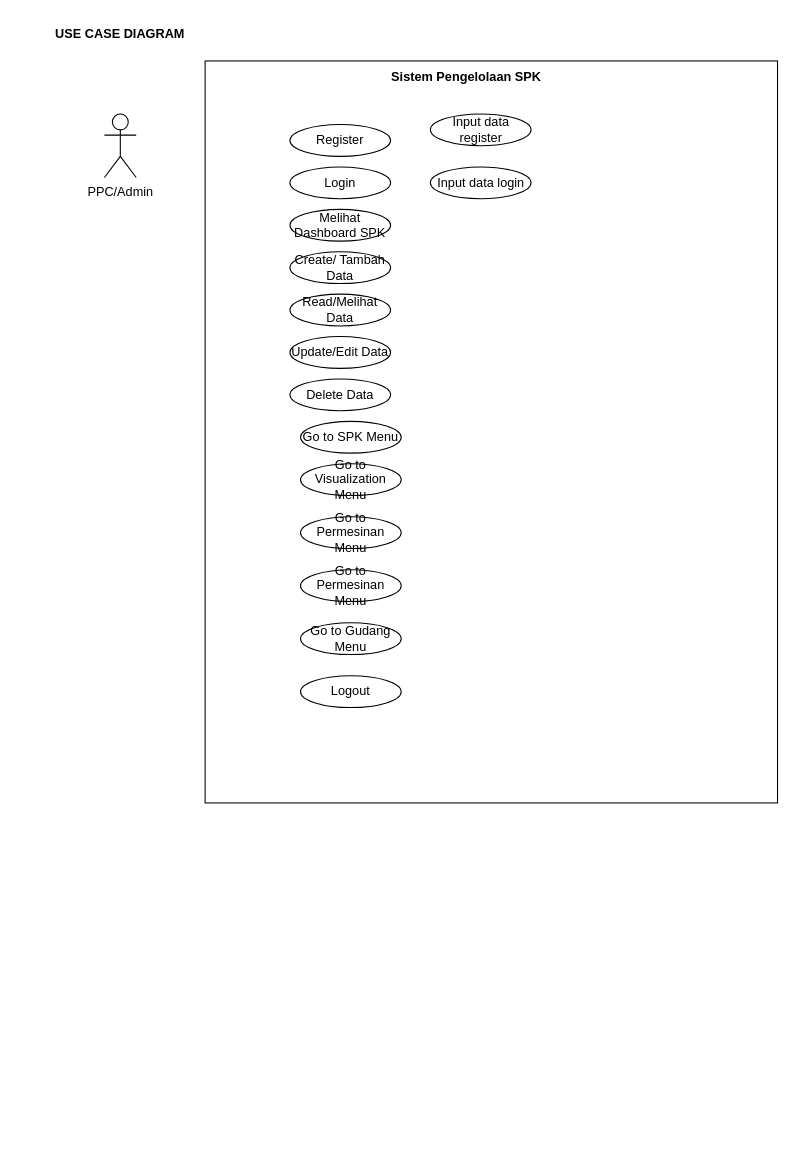
rdhst/ERD-Draw-IO keeps this draw.io diagram as Untitled Diagram.drawio. Above is the earlier version. Source tidied: cells renumbered, new cells numbered last; positions are measured from the earlier drawing's top-left corner, leaving out a move shared by most shapes. Both pictures are drawn from the tidied source at 106%, with x=0, y=0 at pixel (46, 18).
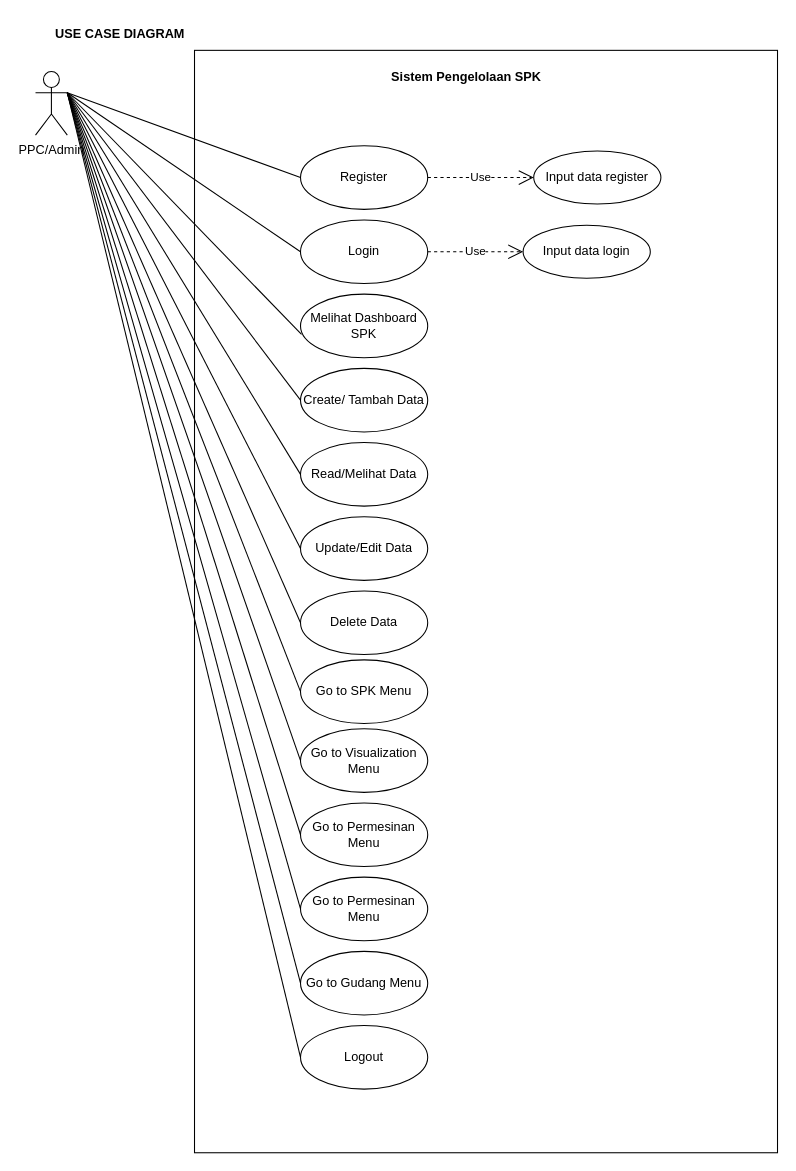
The same diagram, later.

Diff of the diagram source:
```diff
@@
     <mxCell id="2" style="rounded=0;whiteSpace=wrap;html=1;" parent="1" vertex="1">
-      <mxGeometry x="150" y="40" width="540" height="700" as="geometry" />
+      <mxGeometry x="140" y="30" width="550" height="1040" as="geometry" />
     </mxCell>
@@
     <mxCell id="4" value="PPC/Admin" style="shape=umlActor;verticalLabelPosition=bottom;verticalAlign=top;html=1;outlineConnect=0;" parent="1" vertex="1">
-      <mxGeometry x="55" y="90" width="30" height="60" as="geometry" />
+      <mxGeometry x="-10" y="50" width="30" height="60" as="geometry" />
     </mxCell>
@@
     <mxCell id="6" value="Login" style="ellipse;whiteSpace=wrap;html=1;" parent="1" vertex="1">
-      <mxGeometry x="230" y="140" width="95" height="30" as="geometry" />
+      <mxGeometry x="240" y="190" width="120" height="60" as="geometry" />
     </mxCell>
     <mxCell id="7" value="Input data login" style="ellipse;whiteSpace=wrap;html=1;" parent="1" vertex="1">
-      <mxGeometry x="362.5" y="140" width="95" height="30" as="geometry" />
+      <mxGeometry x="450" y="195" width="120" height="50" as="geometry" />
     </mxCell>
     <mxCell id="8" value="Register" style="ellipse;whiteSpace=wrap;html=1;" parent="1" vertex="1">
-      <mxGeometry x="230" y="100" width="95" height="30" as="geometry" />
+      <mxGeometry x="240" y="120" width="120" height="60" as="geometry" />
     </mxCell>
     <mxCell id="9" value="Melihat Dashboard SPK" style="ellipse;whiteSpace=wrap;html=1;" parent="1" vertex="1">
-      <mxGeometry x="230" y="180" width="95" height="30" as="geometry" />
+      <mxGeometry x="240" y="260" width="120" height="60" as="geometry" />
     </mxCell>
     <mxCell id="10" value="Create/ Tambah Data" style="ellipse;whiteSpace=wrap;html=1;" parent="1" vertex="1">
-      <mxGeometry x="230" y="220" width="95" height="30" as="geometry" />
+      <mxGeometry x="240" y="330" width="120" height="60" as="geometry" />
     </mxCell>
     <mxCell id="11" value="Logout" style="ellipse;whiteSpace=wrap;html=1;" parent="1" vertex="1">
-      <mxGeometry x="240" y="620" width="95" height="30" as="geometry" />
+      <mxGeometry x="240" y="950" width="120" height="60" as="geometry" />
     </mxCell>
     <mxCell id="12" value="Read/Melihat Data" style="ellipse;whiteSpace=wrap;html=1;" parent="1" vertex="1">
-      <mxGeometry x="230" y="260" width="95" height="30" as="geometry" />
+      <mxGeometry x="240" y="400" width="120" height="60" as="geometry" />
     </mxCell>
     <mxCell id="13" value="Update/Edit Data" style="ellipse;whiteSpace=wrap;html=1;" parent="1" vertex="1">
-      <mxGeometry x="230" y="300" width="95" height="30" as="geometry" />
+      <mxGeometry x="240" y="470" width="120" height="60" as="geometry" />
     </mxCell>
     <mxCell id="14" value="Delete Data" style="ellipse;whiteSpace=wrap;html=1;" parent="1" vertex="1">
-      <mxGeometry x="230" y="340" width="95" height="30" as="geometry" />
+      <mxGeometry x="240" y="540" width="120" height="60" as="geometry" />
     </mxCell>
-    <mxCell id="15" value="Input data register" style="ellipse;whiteSpace=wrap;html=1;" parent="1" vertex="1">
-      <mxGeometry x="362.5" y="90" width="95" height="30" as="geometry" />
-    </mxCell>
     <mxCell id="16" value="Go to SPK Menu" style="ellipse;whiteSpace=wrap;html=1;" parent="1" vertex="1">
-      <mxGeometry x="240" y="380" width="95" height="30" as="geometry" />
+      <mxGeometry x="240" y="605" width="120" height="60" as="geometry" />
     </mxCell>
     <mxCell id="17" value="Go to Visualization Menu" style="ellipse;whiteSpace=wrap;html=1;" parent="1" vertex="1">
-      <mxGeometry x="240" y="420" width="95" height="30" as="geometry" />
+      <mxGeometry x="240" y="670" width="120" height="60" as="geometry" />
     </mxCell>
     <mxCell id="18" value="Go to Permesinan Menu" style="ellipse;whiteSpace=wrap;html=1;" parent="1" vertex="1">
-      <mxGeometry x="240" y="470" width="95" height="30" as="geometry" />
+      <mxGeometry x="240" y="740" width="120" height="60" as="geometry" />
     </mxCell>
     <mxCell id="19" value="Go to Permesinan Menu" style="ellipse;whiteSpace=wrap;html=1;" parent="1" vertex="1">
-      <mxGeometry x="240" y="520" width="95" height="30" as="geometry" />
+      <mxGeometry x="240" y="810" width="120" height="60" as="geometry" />
     </mxCell>
     <mxCell id="20" value="Go to Gudang Menu" style="ellipse;whiteSpace=wrap;html=1;" parent="1" vertex="1">
-      <mxGeometry x="240" y="570" width="95" height="30" as="geometry" />
+      <mxGeometry x="240" y="880" width="120" height="60" as="geometry" />
     </mxCell>
+    <mxCell id="15" value="Input data register" style="ellipse;whiteSpace=wrap;html=1;" parent="1" vertex="1">
+      <mxGeometry x="460" y="125" width="120" height="50" as="geometry" />
+    </mxCell>
+    <mxCell id="21" style="endArrow=none;html=1;rounded=0;exitX=1;exitY=0.3333333333333333;exitDx=0;exitDy=0;exitPerimeter=0;entryX=0;entryY=0.5;entryDx=0;entryDy=0;" parent="1" edge="1" source="4" target="8">
+      <mxGeometry relative="1" as="geometry" />
+    </mxCell>
+    <mxCell id="22" style="endArrow=none;html=1;rounded=0;exitX=1;exitY=0.3333333333333333;exitDx=0;exitDy=0;exitPerimeter=0;entryX=0;entryY=0.5;entryDx=0;entryDy=0;" parent="1" edge="1" source="4" target="6">
+      <mxGeometry relative="1" as="geometry" />
+    </mxCell>
+    <mxCell id="23" style="endArrow=none;html=1;rounded=0;exitX=1;exitY=0.3333333333333333;exitDx=0;exitDy=0;exitPerimeter=0;entryX=0.008;entryY=0.633;entryDx=0;entryDy=0;entryPerimeter=0;" parent="1" edge="1" source="4" target="9">
+      <mxGeometry relative="1" as="geometry" />
+    </mxCell>
+    <mxCell id="24" style="endArrow=none;html=1;rounded=0;exitX=1;exitY=0.3333333333333333;exitDx=0;exitDy=0;exitPerimeter=0;entryX=0;entryY=0.5;entryDx=0;entryDy=0;" parent="1" edge="1" source="4" target="10">
+      <mxGeometry relative="1" as="geometry" />
+    </mxCell>
+    <mxCell id="25" style="endArrow=none;html=1;rounded=0;exitX=1;exitY=0.3333333333333333;exitDx=0;exitDy=0;exitPerimeter=0;entryX=0;entryY=0.5;entryDx=0;entryDy=0;" parent="1" edge="1" source="4" target="12">
+      <mxGeometry relative="1" as="geometry" />
+    </mxCell>
+    <mxCell id="26" style="endArrow=none;html=1;rounded=0;exitX=1;exitY=0.3333333333333333;exitDx=0;exitDy=0;exitPerimeter=0;entryX=0;entryY=0.5;entryDx=0;entryDy=0;" parent="1" edge="1" source="4" target="13">
+      <mxGeometry relative="1" as="geometry" />
+    </mxCell>
+    <mxCell id="27" style="endArrow=none;html=1;rounded=0;exitX=1;exitY=0.3333333333333333;exitDx=0;exitDy=0;exitPerimeter=0;entryX=0;entryY=0.5;entryDx=0;entryDy=0;" parent="1" edge="1" source="4" target="14">
+      <mxGeometry relative="1" as="geometry" />
+    </mxCell>
+    <mxCell id="28" style="endArrow=none;html=1;rounded=0;exitX=1;exitY=0.3333333333333333;exitDx=0;exitDy=0;exitPerimeter=0;entryX=0;entryY=0.5;entryDx=0;entryDy=0;" parent="1" edge="1" source="4" target="16">
+      <mxGeometry relative="1" as="geometry" />
+    </mxCell>
+    <mxCell id="29" style="endArrow=none;html=1;rounded=0;exitX=1;exitY=0.3333333333333333;exitDx=0;exitDy=0;exitPerimeter=0;entryX=0;entryY=0.5;entryDx=0;entryDy=0;" parent="1" edge="1" source="4" target="17">
+      <mxGeometry relative="1" as="geometry" />
+    </mxCell>
+    <mxCell id="30" style="endArrow=none;html=1;rounded=0;exitX=1;exitY=0.3333333333333333;exitDx=0;exitDy=0;exitPerimeter=0;entryX=0;entryY=0.5;entryDx=0;entryDy=0;" parent="1" edge="1" source="4" target="18">
+      <mxGeometry relative="1" as="geometry" />
+    </mxCell>
+    <mxCell id="31" style="endArrow=none;html=1;rounded=0;exitX=1;exitY=0.3333333333333333;exitDx=0;exitDy=0;exitPerimeter=0;entryX=0;entryY=0.5;entryDx=0;entryDy=0;" parent="1" edge="1" source="4" target="19">
+      <mxGeometry relative="1" as="geometry" />
+    </mxCell>
+    <mxCell id="32" style="endArrow=none;html=1;rounded=0;exitX=1;exitY=0.3333333333333333;exitDx=0;exitDy=0;exitPerimeter=0;entryX=0;entryY=0.5;entryDx=0;entryDy=0;" parent="1" edge="1" source="4" target="20">
+      <mxGeometry relative="1" as="geometry" />
+    </mxCell>
+    <mxCell id="33" style="endArrow=none;html=1;rounded=0;exitX=1;exitY=0.3333333333333333;exitDx=0;exitDy=0;exitPerimeter=0;entryX=0;entryY=0.5;entryDx=0;entryDy=0;" parent="1" edge="1" source="4" target="11">
+      <mxGeometry relative="1" as="geometry" />
+    </mxCell>
+    <mxCell id="34" value="Use" style="endArrow=open;endSize=12;dashed=1;html=1;rounded=0;exitX=1;exitY=0.5;exitDx=0;exitDy=0;entryX=0;entryY=0.5;entryDx=0;entryDy=0;" parent="1" edge="1" source="8" target="15">
+      <mxGeometry relative="1" as="geometry" />
+    </mxCell>
+    <mxCell id="35" value="Use" style="endArrow=open;endSize=12;dashed=1;html=1;rounded=0;exitX=1;exitY=0.5;exitDx=0;exitDy=0;entryX=0;entryY=0.5;entryDx=0;entryDy=0;" parent="1" edge="1" source="6" target="7">
+      <mxGeometry relative="1" as="geometry" />
+    </mxCell>
```
